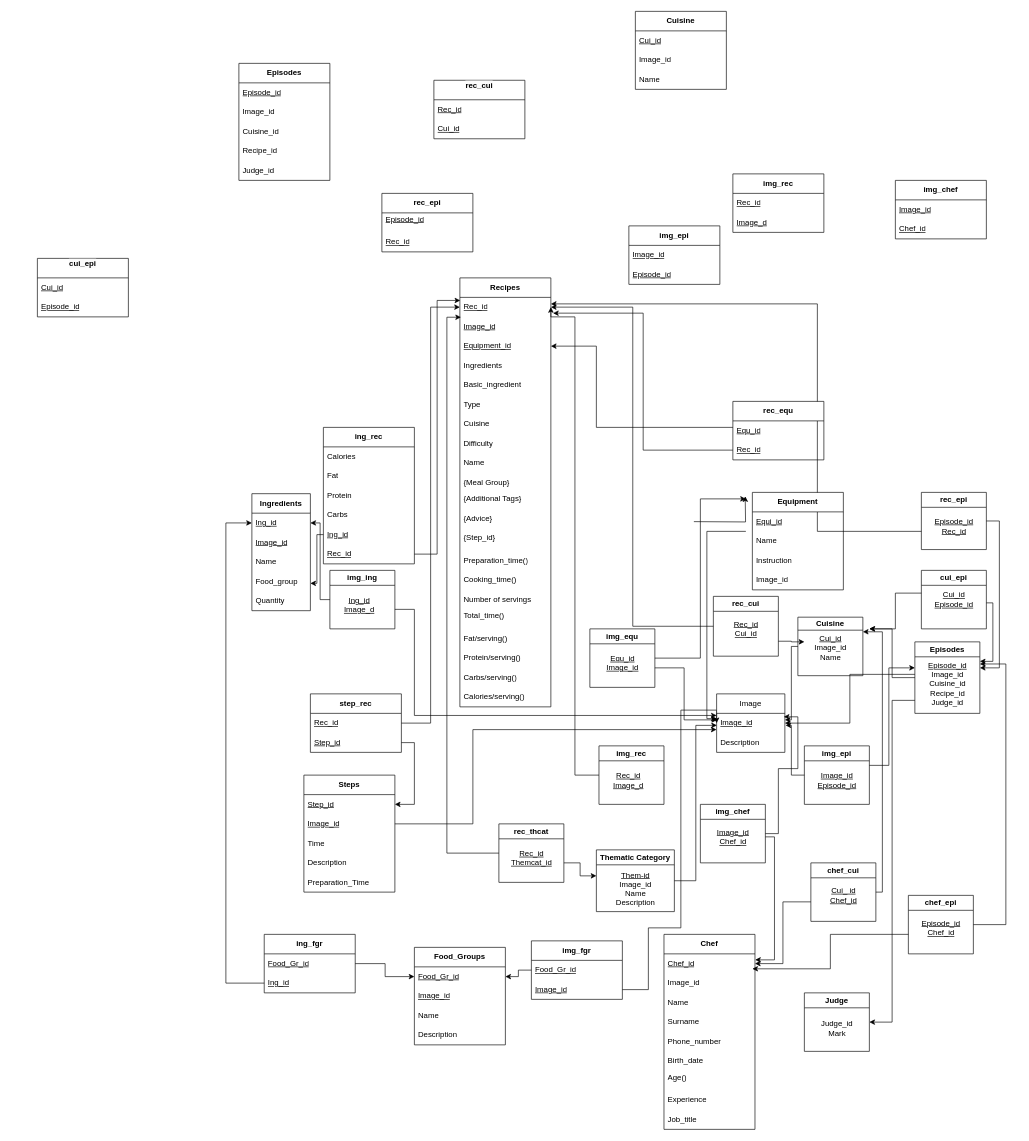
Stavriana/Databases keeps this draw.io diagram as Relational Model.drawio. Above is the earlier version. Source tidied: cells renumbered, new cells numbered last; positions are measured from the earlier drawing's top-left corner, leaving out a move shared by most shapes. Both pictures are drawn from the tidied source at 65%, with x=0, y=0 at pixel (37, 11).
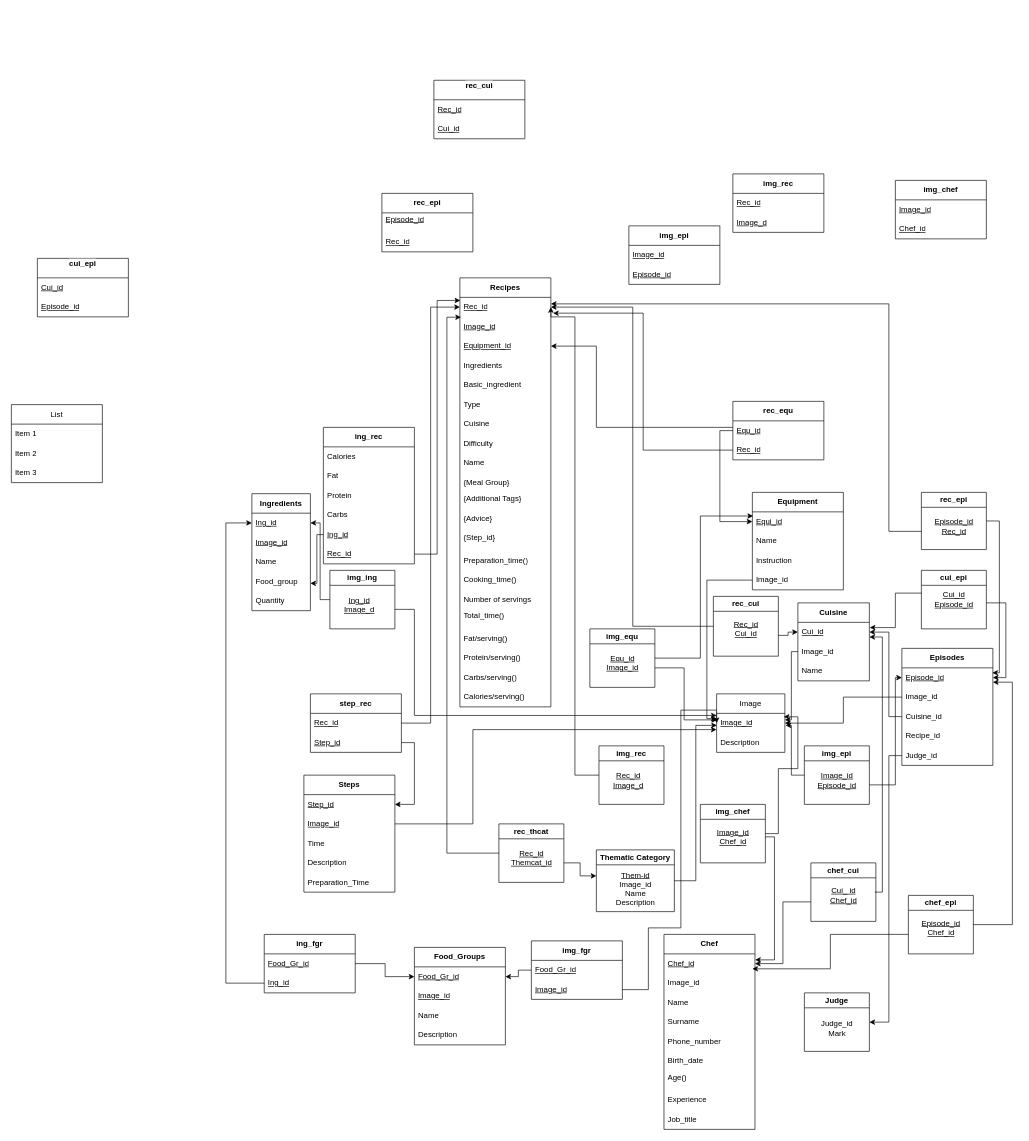
Above is the later version.

Unchanged cells that the change refers to:
```xml
<mxCell id="6" value="img_equ" style="swimlane;whiteSpace=wrap;html=1;" parent="1" vertex="1">
  <mxGeometry x="850" y="950" width="100" height="90" as="geometry" />
</mxCell>
<mxCell id="15" value="rec_epi" style="swimlane;whiteSpace=wrap;html=1;" parent="1" vertex="1">
  <mxGeometry x="1360" y="740" width="100" height="88" as="geometry" />
</mxCell>
<mxCell id="19" value="rec_cui" style="swimlane;whiteSpace=wrap;html=1;" parent="1" vertex="1">
  <mxGeometry x="1040" y="900" width="100" height="92" as="geometry" />
</mxCell>
<mxCell id="33" value="chef_epi" style="swimlane;whiteSpace=wrap;html=1;" parent="1" vertex="1">
  <mxGeometry x="1340" y="1360" width="100" height="90" as="geometry" />
</mxCell>
<mxCell id="35" value="Judge" style="swimlane;whiteSpace=wrap;html=1;" parent="1" vertex="1">
  <mxGeometry x="1180" y="1510" width="100" height="90" as="geometry" />
</mxCell>
<mxCell id="39" value="chef_cui" style="swimlane;whiteSpace=wrap;html=1;" parent="1" vertex="1">
  <mxGeometry x="1190" y="1310" width="100" height="90" as="geometry" />
</mxCell>
<mxCell id="142" value="&lt;u style=&quot;text-align: center; text-wrap: nowrap;&quot;&gt;Equ_id&lt;/u&gt;" style="text;strokeColor=none;fillColor=none;align=left;verticalAlign=middle;spacingLeft=4;spacingRight=4;overflow=hidden;points=[[0,0.5],[1,0.5]];portConstraint=eastwest;whiteSpace=wrap;html=1;" parent="141" vertex="1">
  <mxGeometry y="30" width="140" height="30" as="geometry" />
</mxCell>
<mxCell id="167" value="Image" style="swimlane;fontStyle=0;horizontal=1;startSize=30;whiteSpace=wrap;html=1;" parent="1" vertex="1">
  <mxGeometry x="1045" y="1050" width="105" height="90" as="geometry" />
</mxCell>
<mxCell id="168" value="&lt;u style=&quot;text-align: center; text-wrap: nowrap;&quot;&gt;Image_id&lt;/u&gt;" style="text;strokeColor=none;fillColor=none;align=left;verticalAlign=middle;spacingLeft=4;spacingRight=4;overflow=hidden;points=[[0,0.5],[1,0.5]];portConstraint=eastwest;whiteSpace=wrap;html=1;" parent="167" vertex="1">
  <mxGeometry y="30" width="105" height="30" as="geometry" />
</mxCell>
<mxCell id="172" value="&lt;u style=&quot;text-align: center; text-wrap: nowrap;&quot;&gt;Equi_id&lt;/u&gt;" style="text;strokeColor=none;fillColor=none;align=left;verticalAlign=middle;spacingLeft=4;spacingRight=4;overflow=hidden;points=[[0,0.5],[1,0.5]];portConstraint=eastwest;whiteSpace=wrap;html=1;" parent="171" vertex="1">
  <mxGeometry y="30" width="140" height="30" as="geometry" />
</mxCell>
<mxCell id="175" value="&lt;span style=&quot;text-align: center; text-wrap: nowrap;&quot;&gt;Image_id&lt;/span&gt;" style="text;strokeColor=none;fillColor=none;align=left;verticalAlign=middle;spacingLeft=4;spacingRight=4;overflow=hidden;points=[[0,0.5],[1,0.5]];portConstraint=eastwest;whiteSpace=wrap;html=1;" parent="171" vertex="1">
  <mxGeometry y="120" width="140" height="30" as="geometry" />
</mxCell>
```

What changed in the source:
```diff
@@
-    <mxCell id="2" style="edgeStyle=orthogonalEdgeStyle;rounded=0;orthogonalLoop=1;jettySize=auto;html=1;exitX=1;exitY=0.5;exitDx=0;exitDy=0;" parent="1" edge="1">
-      <mxGeometry relative="1" as="geometry">
-        <mxPoint x="1010" y="785" as="sourcePoint" />
-        <mxPoint x="1089" y="746" as="targetPoint" />
-      </mxGeometry>
-    </mxCell>
@@
-    <mxCell id="12" style="edgeStyle=elbowEdgeStyle;rounded=0;jettySize=auto;html=1;entryX=0.001;entryY=0.269;entryDx=0;entryDy=0;entryPerimeter=0;" parent="1" edge="1" target="168">
+    <mxCell id="12" style="edgeStyle=elbowEdgeStyle;rounded=0;jettySize=auto;html=1;entryX=0.001;entryY=0.269;entryDx=0;entryDy=0;entryPerimeter=0;exitX=0;exitY=0.5;exitDx=0;exitDy=0;" parent="1" edge="1" source="175" target="168">
       <mxGeometry relative="1" as="geometry">
-        <mxPoint x="1090" y="800" as="sourcePoint" />
         <Array as="points">
           <mxPoint x="1030" y="800" />
           <mxPoint x="1030" y="950" />
         </Array>
       </mxGeometry>
     </mxCell>
     <mxCell id="13" style="edgeStyle=elbowEdgeStyle;rounded=0;orthogonalLoop=1;jettySize=auto;html=1;" parent="1" edge="1">
       <mxGeometry relative="1" as="geometry">
         <mxPoint x="1360" y="800" as="sourcePoint" />
         <mxPoint x="790" y="450" as="targetPoint" />
         <Array as="points">
-          <mxPoint x="1200" y="857.2" />
+          <mxPoint x="1310" y="570" />
         </Array>
       </mxGeometry>
     </mxCell>
-    <mxCell id="14" style="edgeStyle=elbowEdgeStyle;rounded=0;jettySize=auto;html=1;exitX=1;exitY=0.5;exitDx=0;exitDy=0;" parent="1" edge="1" source="15">
+    <mxCell id="14" style="edgeStyle=elbowEdgeStyle;rounded=0;jettySize=auto;html=1;exitX=1;exitY=0.5;exitDx=0;exitDy=0;entryX=0.994;entryY=0.254;entryDx=0;entryDy=0;entryPerimeter=0;" parent="1" edge="1" source="15" target="110">
       <mxGeometry relative="1" as="geometry">
-        <mxPoint x="1450" y="1010" as="targetPoint" />
         <Array as="points">
           <mxPoint x="1480" y="1010" />
           <mxPoint x="1480" y="900" />
         </Array>
       </mxGeometry>
     </mxCell>
@@
-    <mxCell id="18" style="edgeStyle=elbowEdgeStyle;rounded=0;jettySize=auto;html=1;exitX=1;exitY=0.75;exitDx=0;exitDy=0;" parent="1" edge="1" source="19">
+    <mxCell id="18" style="edgeStyle=elbowEdgeStyle;rounded=0;jettySize=auto;html=1;entryX=0;entryY=0.5;entryDx=0;entryDy=0;" parent="1" edge="1" target="122">
       <mxGeometry relative="1" as="geometry">
-        <mxPoint x="1180" y="970" as="targetPoint" />
+        <mxPoint x="1140" y="960" as="sourcePoint" />
       </mxGeometry>
     </mxCell>
@@
-    <mxCell id="25" value="Cuisine" style="swimlane;whiteSpace=wrap;html=1;startSize=20;" parent="1" vertex="1">
-      <mxGeometry x="1170" y="932" width="100" height="90" as="geometry" />
-    </mxCell>
-    <mxCell id="26" value="&lt;u&gt;Cui_id&lt;/u&gt;&lt;div&gt;Image_id&lt;/div&gt;&lt;div&gt;Name&lt;/div&gt;" style="text;html=1;align=center;verticalAlign=middle;strokeColor=none;fillColor=none;" parent="25" vertex="1">
-      <mxGeometry x="15" y="17" width="70" height="60" as="geometry" />
-    </mxCell>
-    <mxCell id="27" style="edgeStyle=elbowEdgeStyle;rounded=0;orthogonalLoop=1;jettySize=auto;html=1;exitX=0;exitY=0.5;exitDx=0;exitDy=0;" parent="1" edge="1">
+    <mxCell id="27" style="edgeStyle=elbowEdgeStyle;rounded=0;jettySize=auto;html=1;exitX=0;exitY=0.5;exitDx=0;exitDy=0;entryX=1.005;entryY=0.267;entryDx=0;entryDy=0;entryPerimeter=0;" parent="1" edge="1" target="122">
       <mxGeometry relative="1" as="geometry">
         <mxPoint x="1360" y="895" as="sourcePoint" />
-        <mxPoint x="1280" y="950" as="targetPoint" />
         <Array as="points">
           <mxPoint x="1320" y="940" />
         </Array>
       </mxGeometry>
     </mxCell>
-    <mxCell id="28" style="edgeStyle=elbowEdgeStyle;rounded=0;orthogonalLoop=1;jettySize=auto;html=1;" parent="1" edge="1">
+    <mxCell id="28" style="edgeStyle=elbowEdgeStyle;rounded=0;jettySize=auto;html=1;entryX=1;entryY=0.5;entryDx=0;entryDy=0;" parent="1" edge="1" target="110">
       <mxGeometry relative="1" as="geometry">
         <mxPoint x="1460" y="910" as="sourcePoint" />
-        <mxPoint x="1450" y="1000" as="targetPoint" />
         <Array as="points">
-          <mxPoint x="1470" y="960" />
+          <mxPoint x="1490" y="957" />
         </Array>
       </mxGeometry>
     </mxCell>
@@
     <mxCell id="32" style="edgeStyle=elbowEdgeStyle;rounded=0;jettySize=auto;html=1;exitX=1;exitY=0.5;exitDx=0;exitDy=0;" parent="1" edge="1" source="33">
       <mxGeometry relative="1" as="geometry">
-        <mxPoint x="1450" y="1004" as="targetPoint" />
+        <mxPoint x="1470" y="1032" as="targetPoint" />
         <Array as="points">
-          <mxPoint x="1490" y="1210" />
+          <mxPoint x="1500" y="1220" />
         </Array>
       </mxGeometry>
     </mxCell>
@@
-    <mxCell id="37" style="edgeStyle=elbowEdgeStyle;rounded=0;jettySize=auto;html=1;exitX=1;exitY=0.5;exitDx=0;exitDy=0;entryX=1;entryY=0.25;entryDx=0;entryDy=0;" parent="1" edge="1" source="39" target="25">
+    <mxCell id="37" style="edgeStyle=elbowEdgeStyle;rounded=0;orthogonalLoop=1;jettySize=auto;html=1;exitX=1;exitY=0.5;exitDx=0;exitDy=0;entryX=1.012;entryY=0.75;entryDx=0;entryDy=0;entryPerimeter=0;" parent="1" edge="1">
       <mxGeometry relative="1" as="geometry">
+        <mxPoint x="1288.7" y="1355" as="sourcePoint" />
+        <mxPoint x="1280" y="962.5" as="targetPoint" />
         <Array as="points">
           <mxPoint x="1300" y="1160" />
         </Array>
       </mxGeometry>
     </mxCell>
@@
-    <mxCell id="45" style="edgeStyle=elbowEdgeStyle;rounded=0;orthogonalLoop=1;jettySize=auto;html=1;" parent="1" edge="1">
+    <mxCell id="45" style="edgeStyle=elbowEdgeStyle;rounded=0;jettySize=auto;html=1;entryX=0;entryY=0.5;entryDx=0;entryDy=0;" parent="1" edge="1" target="110">
       <mxGeometry relative="1" as="geometry">
-        <mxPoint x="1280" y="1160" as="sourcePoint" />
-        <mxPoint x="1350" y="1010" as="targetPoint" />
+        <mxPoint x="1280" y="1190" as="sourcePoint" />
         <Array as="points">
-          <mxPoint x="1310" y="1090" />
+          <mxPoint x="1320" y="1110" />
         </Array>
       </mxGeometry>
     </mxCell>
@@
-    <mxCell id="48" style="edgeStyle=elbowEdgeStyle;rounded=0;jettySize=auto;html=1;entryX=1;entryY=0.5;entryDx=0;entryDy=0;" parent="1" edge="1" target="168">
+    <mxCell id="48" style="edgeStyle=elbowEdgeStyle;rounded=0;jettySize=auto;html=1;entryX=1;entryY=0.5;entryDx=0;entryDy=0;exitX=0;exitY=0.5;exitDx=0;exitDy=0;" parent="1" edge="1" source="177" target="168">
       <mxGeometry relative="1" as="geometry">
-        <mxPoint x="1350" y="1020" as="sourcePoint" />
+        <Array as="points">
+          <mxPoint x="1240" y="1070" />
+        </Array>
       </mxGeometry>
     </mxCell>
-    <mxCell id="49" style="edgeStyle=elbowEdgeStyle;rounded=0;jettySize=auto;html=1;exitX=0;exitY=0.5;exitDx=0;exitDy=0;" parent="1" edge="1" source="51">
+    <mxCell id="49" style="edgeStyle=elbowEdgeStyle;rounded=0;jettySize=auto;html=1;exitX=0;exitY=0.5;exitDx=0;exitDy=0;entryX=1;entryY=0.5;entryDx=0;entryDy=0;" parent="1" edge="1" source="112" target="122">
       <mxGeometry relative="1" as="geometry">
-        <mxPoint x="1280" y="950" as="targetPoint" />
+        <Array as="points">
+          <mxPoint x="1310" y="990" />
+        </Array>
       </mxGeometry>
     </mxCell>
-    <mxCell id="50" style="edgeStyle=elbowEdgeStyle;rounded=0;jettySize=auto;html=1;entryX=1;entryY=0.5;entryDx=0;entryDy=0;" parent="1" edge="1" target="35">
+    <mxCell id="50" style="edgeStyle=elbowEdgeStyle;rounded=0;jettySize=auto;html=1;entryX=1;entryY=0.5;entryDx=0;entryDy=0;exitX=0;exitY=0.5;exitDx=0;exitDy=0;" parent="1" edge="1" source="114" target="35">
       <mxGeometry relative="1" as="geometry">
-        <mxPoint x="1350" y="1060" as="sourcePoint" />
+        <Array as="points">
+          <mxPoint x="1310" y="1350" />
+        </Array>
       </mxGeometry>
     </mxCell>
-    <mxCell id="51" value="Episodes" style="swimlane;whiteSpace=wrap;html=1;startSize=23;" parent="1" vertex="1">
-      <mxGeometry x="1350" y="970" width="100" height="110" as="geometry" />
-    </mxCell>
-    <mxCell id="52" value="&lt;u&gt;Episode_id&lt;/u&gt;&lt;div&gt;Image_id&lt;/div&gt;&lt;div&gt;Cuisine_id&lt;/div&gt;&lt;div&gt;Recipe_id&lt;/div&gt;&lt;div&gt;Judge_id&lt;/div&gt;" style="text;html=1;align=center;verticalAlign=middle;strokeColor=none;fillColor=none;" parent="51" vertex="1">
-      <mxGeometry x="10" y="20" width="80" height="90" as="geometry" />
-    </mxCell>
-    <mxCell id="53" style="edgeStyle=elbowEdgeStyle;rounded=0;jettySize=auto;html=1;exitX=1;exitY=0.5;exitDx=0;exitDy=0;" parent="1" edge="1" source="6">
+    <mxCell id="53" style="edgeStyle=elbowEdgeStyle;rounded=0;jettySize=auto;html=1;exitX=1;exitY=0.5;exitDx=0;exitDy=0;entryX=0.008;entryY=0.212;entryDx=0;entryDy=0;entryPerimeter=0;" parent="1" edge="1" source="6" target="172">
       <mxGeometry relative="1" as="geometry">
-        <mxPoint x="1090" y="750" as="targetPoint" />
         <Array as="points">
           <mxPoint x="1020" y="990" />
         </Array>
       </mxGeometry>
     </mxCell>
@@
-    <mxCell id="109" value="&lt;span style=&quot;font-weight: 700;&quot;&gt;Episodes&lt;/span&gt;" style="swimlane;fontStyle=0;horizontal=1;startSize=30;whiteSpace=wrap;html=1;" parent="1" vertex="1">
-      <mxGeometry x="310" y="80" width="140" height="180" as="geometry" />
-    </mxCell>
-    <mxCell id="110" value="&lt;u style=&quot;text-align: center; text-wrap: nowrap;&quot;&gt;Episode_id&lt;/u&gt;" style="text;strokeColor=none;fillColor=none;align=left;verticalAlign=middle;spacingLeft=4;spacingRight=4;overflow=hidden;points=[[0,0.5],[1,0.5]];portConstraint=eastwest;whiteSpace=wrap;html=1;" parent="109" vertex="1">
-      <mxGeometry y="30" width="140" height="30" as="geometry" />
-    </mxCell>
-    <mxCell id="111" value="&lt;span style=&quot;text-align: center; text-wrap: nowrap;&quot;&gt;Image_id&lt;/span&gt;" style="text;strokeColor=none;fillColor=none;align=left;verticalAlign=middle;spacingLeft=4;spacingRight=4;overflow=hidden;whiteSpace=wrap;html=1;" parent="109" vertex="1">
-      <mxGeometry y="60" width="140" height="30" as="geometry" />
-    </mxCell>
-    <mxCell id="112" value="&lt;span style=&quot;text-align: center; text-wrap: nowrap;&quot;&gt;Cuisine_id&lt;/span&gt;" style="text;strokeColor=none;fillColor=none;align=left;verticalAlign=middle;spacingLeft=4;spacingRight=4;overflow=hidden;points=[[0,0.5],[1,0.5]];portConstraint=eastwest;whiteSpace=wrap;html=1;" parent="109" vertex="1">
-      <mxGeometry y="90" width="140" height="30" as="geometry" />
-    </mxCell>
-    <mxCell id="113" value="&lt;span style=&quot;text-align: center; text-wrap: nowrap;&quot;&gt;Recipe_id&lt;/span&gt;" style="text;strokeColor=none;fillColor=none;align=left;verticalAlign=middle;spacingLeft=4;spacingRight=4;overflow=hidden;whiteSpace=wrap;html=1;" parent="109" vertex="1">
-      <mxGeometry y="120" width="140" height="30" as="geometry" />
-    </mxCell>
-    <mxCell id="114" value="&lt;span style=&quot;text-align: center; text-wrap: nowrap;&quot;&gt;Judge_id&lt;/span&gt;" style="text;strokeColor=none;fillColor=none;align=left;verticalAlign=middle;spacingLeft=4;spacingRight=4;overflow=hidden;points=[[0,0.5],[1,0.5]];portConstraint=eastwest;whiteSpace=wrap;html=1;" parent="109" vertex="1">
-      <mxGeometry y="150" width="140" height="30" as="geometry" />
-    </mxCell>
@@
-    <mxCell id="121" value="&lt;span style=&quot;font-weight: 700;&quot;&gt;Cuisine&lt;/span&gt;" style="swimlane;fontStyle=0;horizontal=1;startSize=30;whiteSpace=wrap;html=1;" parent="1" vertex="1">
-      <mxGeometry x="920" width="140" height="120" as="geometry" />
-    </mxCell>
-    <mxCell id="122" value="&lt;u style=&quot;text-align: center; text-wrap: nowrap;&quot;&gt;Cui_id&lt;/u&gt;" style="text;strokeColor=none;fillColor=none;align=left;verticalAlign=middle;spacingLeft=4;spacingRight=4;overflow=hidden;points=[[0,0.5],[1,0.5]];portConstraint=eastwest;whiteSpace=wrap;html=1;" parent="121" vertex="1">
-      <mxGeometry y="30" width="140" height="30" as="geometry" />
-    </mxCell>
-    <mxCell id="123" value="&lt;span style=&quot;text-align: center; text-wrap: nowrap;&quot;&gt;Image_id&lt;/span&gt;" style="text;strokeColor=none;fillColor=none;align=left;verticalAlign=middle;spacingLeft=4;spacingRight=4;overflow=hidden;whiteSpace=wrap;html=1;" parent="121" vertex="1">
-      <mxGeometry y="60" width="140" height="30" as="geometry" />
-    </mxCell>
-    <mxCell id="124" value="&lt;span style=&quot;text-align: center; text-wrap: nowrap;&quot;&gt;Name&lt;/span&gt;" style="text;strokeColor=none;fillColor=none;align=left;verticalAlign=middle;spacingLeft=4;spacingRight=4;overflow=hidden;whiteSpace=wrap;html=1;" parent="121" vertex="1">
-      <mxGeometry y="90" width="140" height="30" as="geometry" />
-    </mxCell>
@@
-    <mxCell id="166" style="edgeStyle=elbowEdgeStyle;rounded=0;jettySize=auto;html=1;exitX=0;exitY=0.5;exitDx=0;exitDy=0;" parent="1" edge="1" source="25" target="167">
+    <mxCell id="166" style="edgeStyle=elbowEdgeStyle;rounded=0;jettySize=auto;html=1;exitX=0;exitY=0.5;exitDx=0;exitDy=0;" parent="1" edge="1" source="182" target="167">
       <mxGeometry relative="1" as="geometry">
         <Array as="points">
           <mxPoint x="1160" y="1090" />
           <mxPoint x="1160" y="1090" />
         </Array>
       </mxGeometry>
     </mxCell>
@@
+    <mxCell id="176" style="edgeStyle=orthogonalEdgeStyle;rounded=0;jettySize=auto;html=1;exitX=0;exitY=0.5;exitDx=0;exitDy=0;" parent="1" edge="1" source="142" target="172">
+      <mxGeometry relative="1" as="geometry" />
+    </mxCell>
+    <mxCell id="109" value="&lt;span style=&quot;font-weight: 700;&quot;&gt;Episodes&lt;/span&gt;" style="swimlane;fontStyle=0;horizontal=1;startSize=30;whiteSpace=wrap;html=1;" parent="1" vertex="1">
+      <mxGeometry x="1330" y="980" width="140" height="180" as="geometry" />
+    </mxCell>
+    <mxCell id="110" value="&lt;u style=&quot;text-align: center; text-wrap: nowrap;&quot;&gt;Episode_id&lt;/u&gt;" style="text;strokeColor=none;fillColor=none;align=left;verticalAlign=middle;spacingLeft=4;spacingRight=4;overflow=hidden;points=[[0,0.5],[1,0.5]];portConstraint=eastwest;whiteSpace=wrap;html=1;" parent="109" vertex="1">
+      <mxGeometry y="30" width="140" height="30" as="geometry" />
+    </mxCell>
+    <mxCell id="177" value="&lt;span style=&quot;text-align: center; text-wrap: nowrap;&quot;&gt;Image_id&lt;/span&gt;" style="text;strokeColor=none;fillColor=none;align=left;verticalAlign=middle;spacingLeft=4;spacingRight=4;overflow=hidden;points=[[0,0.5],[1,0.5]];portConstraint=eastwest;whiteSpace=wrap;html=1;" parent="109" vertex="1">
+      <mxGeometry y="60" width="140" height="30" as="geometry" />
+    </mxCell>
+    <mxCell id="112" value="&lt;span style=&quot;text-align: center; text-wrap: nowrap;&quot;&gt;Cuisine_id&lt;/span&gt;" style="text;strokeColor=none;fillColor=none;align=left;verticalAlign=middle;spacingLeft=4;spacingRight=4;overflow=hidden;points=[[0,0.5],[1,0.5]];portConstraint=eastwest;whiteSpace=wrap;html=1;" parent="109" vertex="1">
+      <mxGeometry y="90" width="140" height="30" as="geometry" />
+    </mxCell>
+    <mxCell id="113" value="&lt;span style=&quot;text-align: center; text-wrap: nowrap;&quot;&gt;Recipe_id&lt;/span&gt;" style="text;strokeColor=none;fillColor=none;align=left;verticalAlign=middle;spacingLeft=4;spacingRight=4;overflow=hidden;whiteSpace=wrap;html=1;" parent="109" vertex="1">
+      <mxGeometry y="120" width="140" height="30" as="geometry" />
+    </mxCell>
+    <mxCell id="114" value="&lt;span style=&quot;text-align: center; text-wrap: nowrap;&quot;&gt;Judge_id&lt;/span&gt;" style="text;strokeColor=none;fillColor=none;align=left;verticalAlign=middle;spacingLeft=4;spacingRight=4;overflow=hidden;points=[[0,0.5],[1,0.5]];portConstraint=eastwest;whiteSpace=wrap;html=1;" parent="109" vertex="1">
+      <mxGeometry y="150" width="140" height="30" as="geometry" />
+    </mxCell>
+    <mxCell id="178" value="List" style="swimlane;fontStyle=0;horizontal=1;startSize=30;whiteSpace=wrap;html=1;" parent="1" vertex="1">
+      <mxGeometry x="-40" y="605" width="140" height="120" as="geometry" />
+    </mxCell>
+    <mxCell id="179" value="Item 1" style="text;strokeColor=none;fillColor=none;align=left;verticalAlign=middle;spacingLeft=4;spacingRight=4;overflow=hidden;whiteSpace=wrap;html=1;" parent="178" vertex="1">
+      <mxGeometry y="30" width="140" height="30" as="geometry" />
+    </mxCell>
+    <mxCell id="180" value="Item 2" style="text;strokeColor=none;fillColor=none;align=left;verticalAlign=middle;spacingLeft=4;spacingRight=4;overflow=hidden;whiteSpace=wrap;html=1;" parent="178" vertex="1">
+      <mxGeometry y="60" width="140" height="30" as="geometry" />
+    </mxCell>
+    <mxCell id="181" value="Item 3" style="text;strokeColor=none;fillColor=none;align=left;verticalAlign=middle;spacingLeft=4;spacingRight=4;overflow=hidden;whiteSpace=wrap;html=1;" parent="178" vertex="1">
+      <mxGeometry y="90" width="140" height="30" as="geometry" />
+    </mxCell>
+    <mxCell id="121" value="&lt;span style=&quot;font-weight: 700;&quot;&gt;Cuisine&lt;/span&gt;" style="swimlane;fontStyle=0;horizontal=1;startSize=30;whiteSpace=wrap;html=1;" parent="1" vertex="1">
+      <mxGeometry x="1170" y="910" width="110" height="120" as="geometry" />
+    </mxCell>
+    <mxCell id="122" value="&lt;u style=&quot;text-align: center; text-wrap: nowrap;&quot;&gt;Cui_id&lt;/u&gt;" style="text;strokeColor=none;fillColor=none;align=left;verticalAlign=middle;spacingLeft=4;spacingRight=4;overflow=hidden;points=[[0,0.5],[1,0.5]];portConstraint=eastwest;whiteSpace=wrap;html=1;" parent="121" vertex="1">
+      <mxGeometry y="30" width="110" height="30" as="geometry" />
+    </mxCell>
+    <mxCell id="182" value="&lt;span style=&quot;text-align: center; text-wrap: nowrap;&quot;&gt;Image_id&lt;/span&gt;" style="text;strokeColor=none;fillColor=none;align=left;verticalAlign=middle;spacingLeft=4;spacingRight=4;overflow=hidden;points=[[0,0.5],[1,0.5]];portConstraint=eastwest;whiteSpace=wrap;html=1;" parent="121" vertex="1">
+      <mxGeometry y="60" width="110" height="30" as="geometry" />
+    </mxCell>
+    <mxCell id="124" value="&lt;span style=&quot;text-align: center; text-wrap: nowrap;&quot;&gt;Name&lt;/span&gt;" style="text;strokeColor=none;fillColor=none;align=left;verticalAlign=middle;spacingLeft=4;spacingRight=4;overflow=hidden;whiteSpace=wrap;html=1;" parent="121" vertex="1">
+      <mxGeometry y="90" width="110" height="30" as="geometry" />
+    </mxCell>
```
